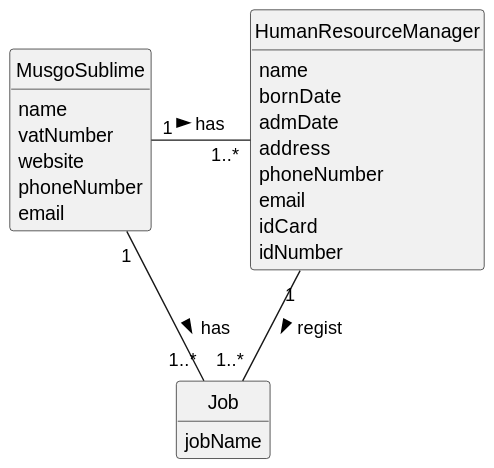
Before: docs/sprintA/us002/02.analysis/svg/us002-domain-model.svg, a diagram exported from PlantUML (1231360-ISEP/lei-24-s2-1db-g021).
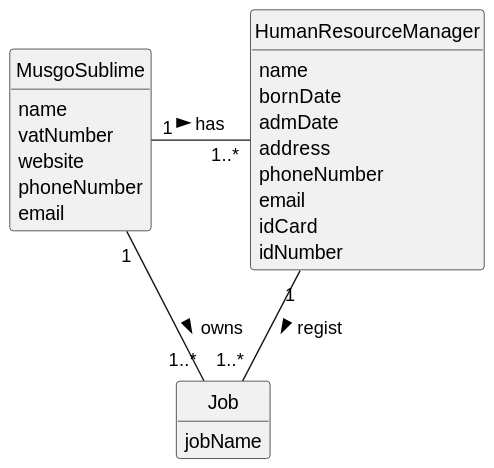
After the change.

Commit message:
US6 - update the domain model excerpt

What changed in the source:
```diff
@@ -33,5 +33,5 @@
 
 MusgoSublime "1" - "1..*" HumanResourceManager: has >
 HumanResourceManager "1" -- "1..*" Job : regist >
-MusgoSublime "1" - "1..*" Job: has >
+MusgoSublime "1" - "1..*" Job: owns >
 @enduml
```
